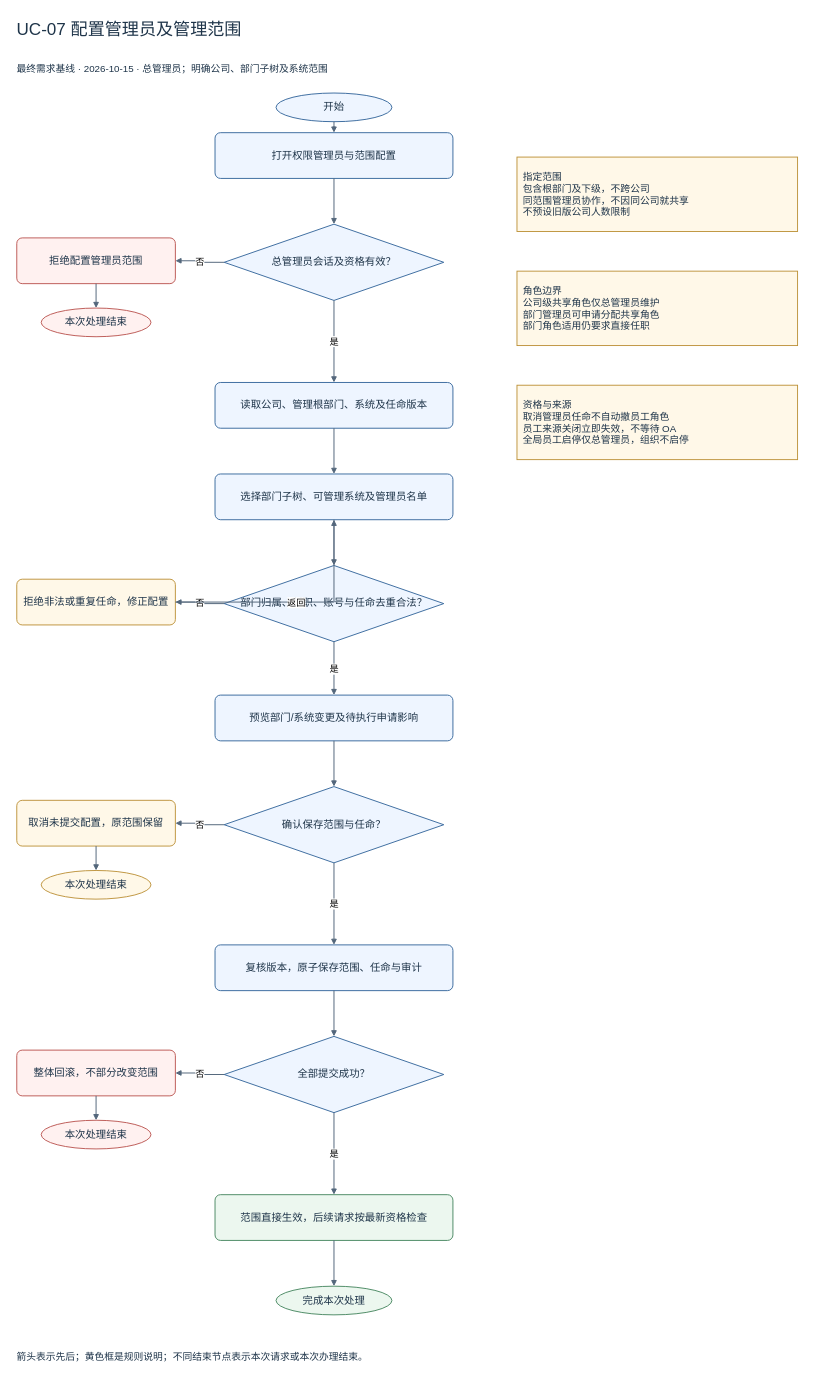
Earlier version of the draw.io diagram page "UC-07 配置管理员及管理范围" (8 of 17) of docs/01-requirements/flows-v1/权限管理系统_全部流程图.drawio (Noah-hope/RBAC-admin). Source tidied: cells renumbered, new cells numbered last; positions are measured from the earlier drawing's top-left corner, leaving out a move shared by most shapes. Both pictures are drawn from the tidied source at 61%, with x=0, y=0 at pixel (10, 10).
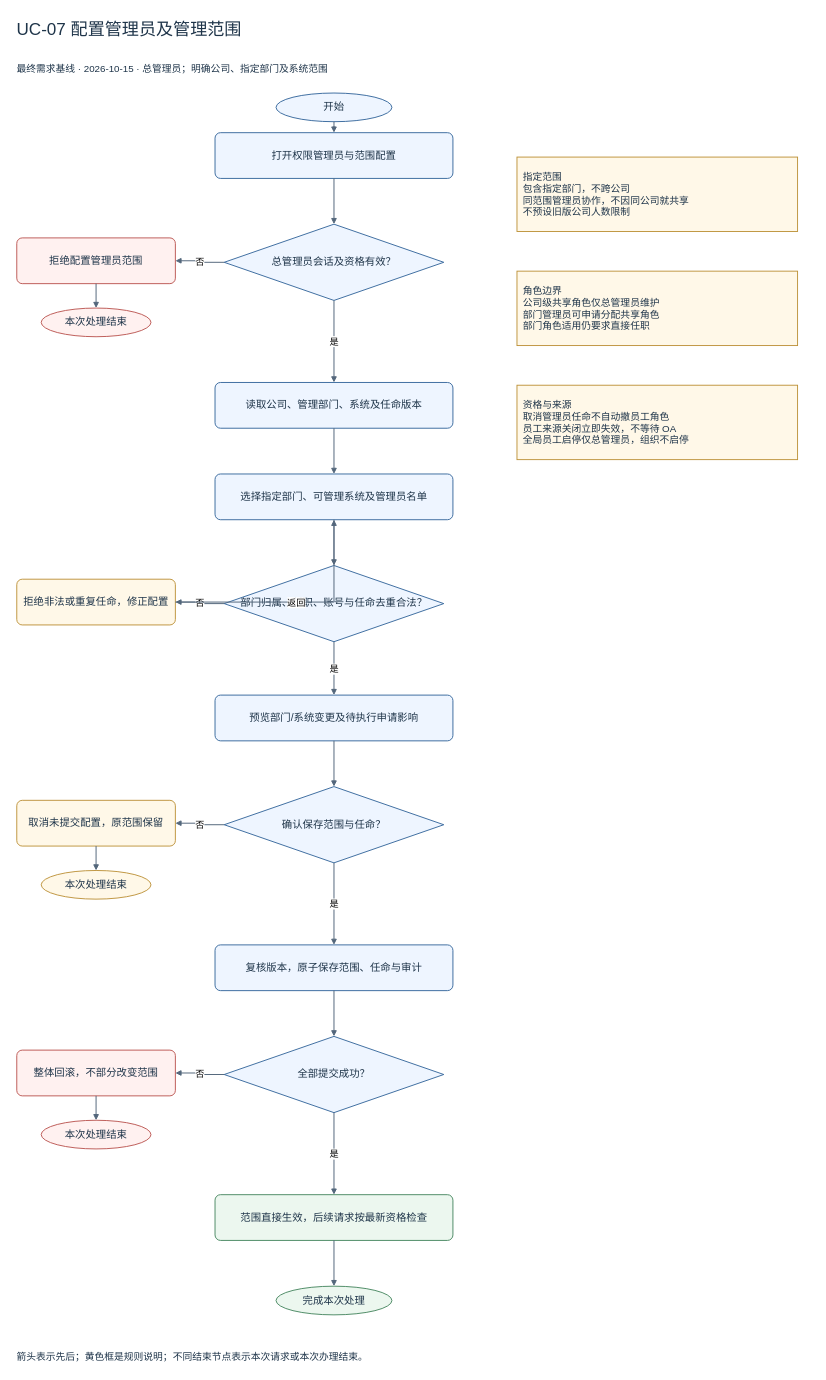
After the change.

The edit, as a diff of the source:
```diff
@@
-    <mxCell id="3" value="最终需求基线 · 2026-10-15 · 总管理员；明确公司、部门子树及系统范围" style="text;html=1;whiteSpace=wrap;fontFamily=Microsoft YaHei;fontSize=17;fontColor=#1e3449;align=center;verticalAlign=middle;spacing=10;fillColor=#eef5ff;strokeColor=#32649a;strokeWidth=1.5;fillColor=none;strokeColor=none;align=left;fontSize=16;" parent="1" vertex="1">
+    <mxCell id="3" value="最终需求基线 · 2026-10-15 · 总管理员；明确公司、指定部门及系统范围" style="text;html=1;whiteSpace=wrap;fontFamily=Microsoft YaHei;fontSize=17;fontColor=#1e3449;align=center;verticalAlign=middle;spacing=10;fillColor=#eef5ff;strokeColor=#32649a;strokeWidth=1.5;fillColor=none;strokeColor=none;align=left;fontSize=16;" parent="1" vertex="1">
       <mxGeometry y="70" width="1320" height="50" as="geometry" />
     </mxCell>
@@
-    <mxCell id="9" value="读取公司、管理根部门、系统及任命版本" style="rounded=1;arcSize=12;html=1;whiteSpace=wrap;fontFamily=Microsoft YaHei;fontSize=17;fontColor=#1e3449;align=center;verticalAlign=middle;spacing=10;fillColor=#eef5ff;strokeColor=#32649a;strokeWidth=1.5;" parent="1" vertex="1">
+    <mxCell id="9" value="读取公司、管理部门、系统及任命版本" style="rounded=1;arcSize=12;html=1;whiteSpace=wrap;fontFamily=Microsoft YaHei;fontSize=17;fontColor=#1e3449;align=center;verticalAlign=middle;spacing=10;fillColor=#eef5ff;strokeColor=#32649a;strokeWidth=1.5;" parent="1" vertex="1">
       <mxGeometry x="335" y="609.5" width="390" height="75" as="geometry" />
     </mxCell>
-    <mxCell id="10" value="选择部门子树、可管理系统及管理员名单" style="rounded=1;arcSize=12;html=1;whiteSpace=wrap;fontFamily=Microsoft YaHei;fontSize=17;fontColor=#1e3449;align=center;verticalAlign=middle;spacing=10;fillColor=#eef5ff;strokeColor=#32649a;strokeWidth=1.5;" parent="1" vertex="1">
+    <mxCell id="10" value="选择指定部门、可管理系统及管理员名单" style="rounded=1;arcSize=12;html=1;whiteSpace=wrap;fontFamily=Microsoft YaHei;fontSize=17;fontColor=#1e3449;align=center;verticalAlign=middle;spacing=10;fillColor=#eef5ff;strokeColor=#32649a;strokeWidth=1.5;" parent="1" vertex="1">
       <mxGeometry x="335" y="759.5" width="390" height="75" as="geometry" />
     </mxCell>
@@
-    <mxCell id="23" value="指定范围&lt;br&gt;包含根部门及下级，不跨公司&lt;br&gt;同范围管理员协作，不因同公司就共享&lt;br&gt;不预设旧版公司人数限制" style="rounded=0;html=1;whiteSpace=wrap;fontFamily=Microsoft YaHei;fontSize=17;fontColor=#1e3449;align=center;verticalAlign=middle;spacing=10;fillColor=#fff8e8;strokeColor=#bc9036;strokeWidth=1.5;align=left;fontSize=16;" parent="1" vertex="1">
+    <mxCell id="23" value="指定范围&lt;br&gt;包含指定部门，不跨公司&lt;br&gt;同范围管理员协作，不因同公司就共享&lt;br&gt;不预设旧版公司人数限制" style="rounded=0;html=1;whiteSpace=wrap;fontFamily=Microsoft YaHei;fontSize=17;fontColor=#1e3449;align=center;verticalAlign=middle;spacing=10;fillColor=#fff8e8;strokeColor=#bc9036;strokeWidth=1.5;align=left;fontSize=16;" parent="1" vertex="1">
       <mxGeometry x="830" y="240" width="460" height="122" as="geometry" />
     </mxCell>
```
